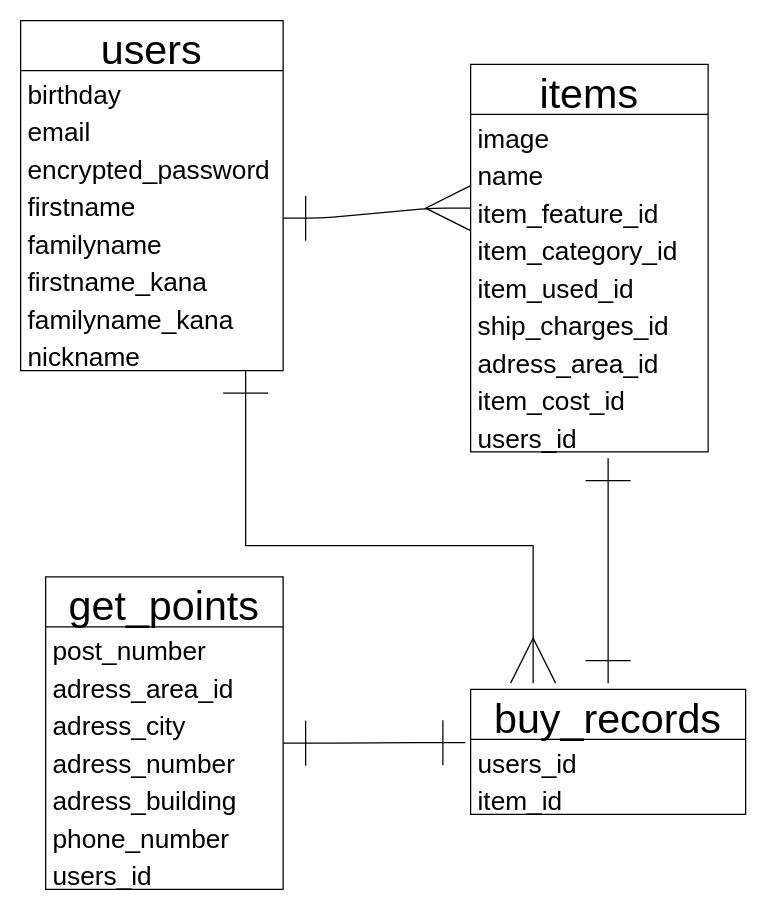
The draw.io diagram test.drawio in saatoshi/furima-34313, before the edit. Source tidied: cells renumbered, new cells numbered last; positions are measured from the earlier drawing's top-left corner, leaving out a move shared by most shapes. Both pictures are drawn from the tidied source at 125%, with x=0, y=0 at pixel (20, 20).
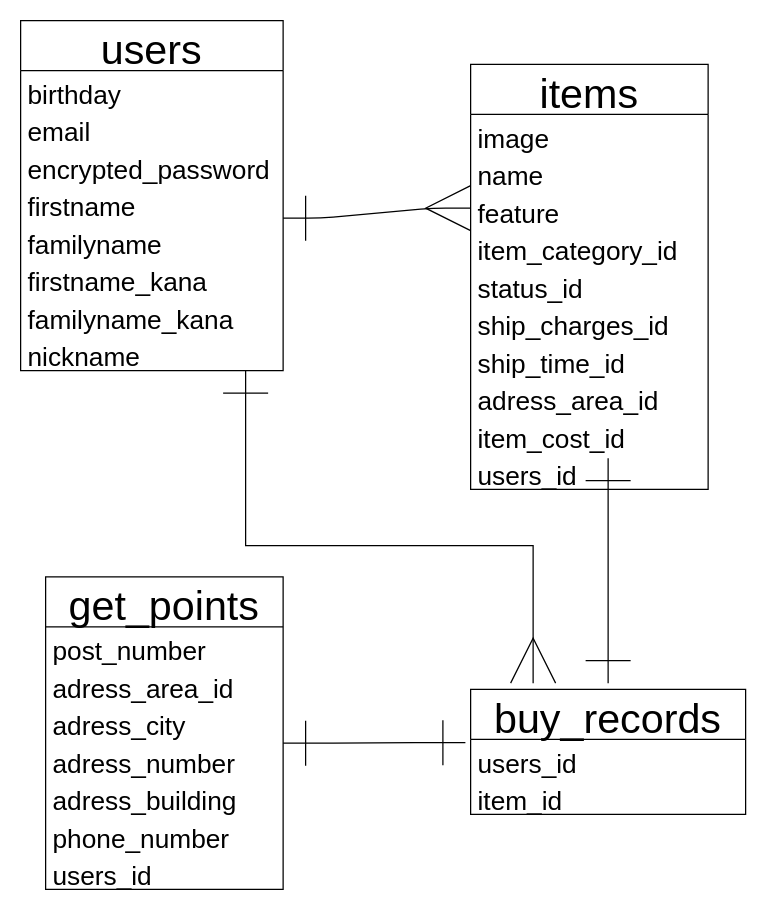
After the change.

What changed in the source:
```diff
@@
     <mxCell id="11" value="items" style="swimlane;fontStyle=0;horizontal=1;startSize=40;align=center;fontSize=33;verticalAlign=bottom;" parent="1" vertex="1">
-      <mxGeometry x="360" y="35" width="190" height="310" as="geometry" />
+      <mxGeometry x="360" y="35" width="190" height="340" as="geometry" />
     </mxCell>
@@
-    <mxCell id="14" value="item_feature_id" style="text;strokeColor=none;fillColor=none;spacingLeft=4;spacingRight=4;overflow=hidden;points=[[0,0.5],[1,0.5]];portConstraint=eastwest;fontSize=21;" parent="11" vertex="1">
+    <mxCell id="14" value="feature" style="text;strokeColor=none;fillColor=none;spacingLeft=4;spacingRight=4;overflow=hidden;points=[[0,0.5],[1,0.5]];portConstraint=eastwest;fontSize=21;" parent="11" vertex="1">
       <mxGeometry y="100" width="190" height="30" as="geometry" />
     </mxCell>
@@
-    <mxCell id="16" value="item_used_id" style="text;strokeColor=none;fillColor=none;spacingLeft=4;spacingRight=4;overflow=hidden;fontSize=21;" parent="11" vertex="1">
+    <mxCell id="16" value="status_id" style="text;strokeColor=none;fillColor=none;spacingLeft=4;spacingRight=4;overflow=hidden;fontSize=21;" parent="11" vertex="1">
       <mxGeometry y="160" width="190" height="30" as="geometry" />
     </mxCell>
@@
+    <mxCell id="36" value="ship_time_id" style="text;strokeColor=none;fillColor=none;spacingLeft=4;spacingRight=4;overflow=hidden;fontSize=21;" parent="11" vertex="1">
+      <mxGeometry y="220" width="190" height="30" as="geometry" />
+    </mxCell>
     <mxCell id="18" value="adress_area_id" style="text;strokeColor=none;fillColor=none;spacingLeft=4;spacingRight=4;overflow=hidden;fontSize=21;" parent="11" vertex="1">
-      <mxGeometry y="220" width="190" height="30" as="geometry" />
+      <mxGeometry y="250" width="190" height="30" as="geometry" />
     </mxCell>
     <mxCell id="19" value="item_cost_id" style="text;strokeColor=none;fillColor=none;spacingLeft=4;spacingRight=4;overflow=hidden;fontSize=21;" parent="11" vertex="1">
-      <mxGeometry y="250" width="190" height="30" as="geometry" />
+      <mxGeometry y="280" width="190" height="30" as="geometry" />
     </mxCell>
     <mxCell id="20" value="users_id" style="text;strokeColor=none;fillColor=none;spacingLeft=4;spacingRight=4;overflow=hidden;fontSize=21;" parent="11" vertex="1">
-      <mxGeometry y="280" width="190" height="30" as="geometry" />
+      <mxGeometry y="310" width="190" height="30" as="geometry" />
     </mxCell>
```
